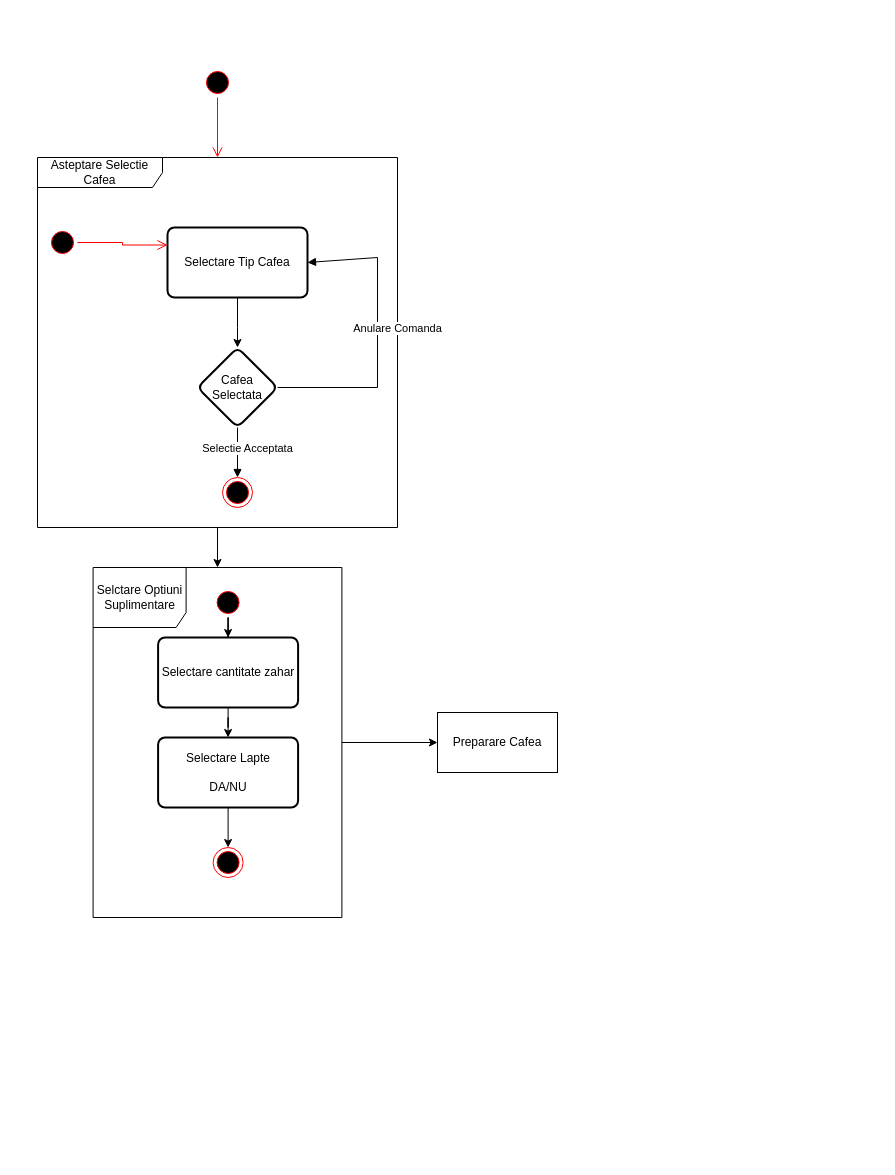
This is Lab 4/Diagrama-Stare-Aparat-De-Cafea.drawio from Viezurelezob/Ingineria-programelor, a draw.io file, before an edit. Source tidied: cells renumbered, new cells numbered last; positions are measured from the earlier drawing's top-left corner, leaving out a move shared by most shapes. Both pictures are drawn from the tidied source at 100%, with x=0, y=0 at pixel (37, 67).
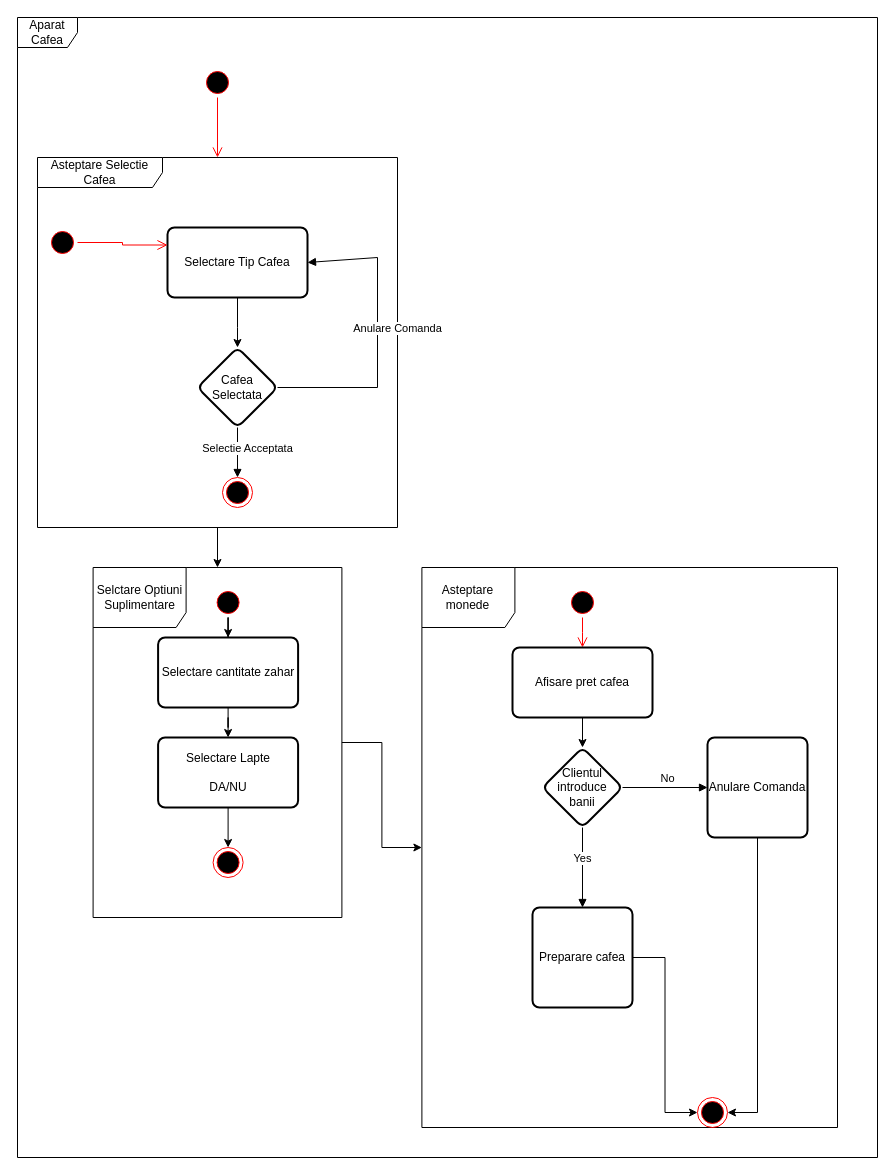
After the change.

Unchanged cells that the change refers to:
```xml
<mxCell id="15" value="Selctare Optiuni Suplimentare" style="shape=umlFrame;whiteSpace=wrap;html=1;width=93;height=60;" parent="1" vertex="1">
  <mxGeometry x="55.6" y="500" width="248.8" height="350" as="geometry" />
</mxCell>
```

Change to the diagram source:
```diff
@@
+    <mxCell id="24" value="Aparat Cafea" style="shape=umlFrame;whiteSpace=wrap;html=1;" parent="1" vertex="1">
+      <mxGeometry x="-20" y="-50" width="860" height="1140" as="geometry" />
+    </mxCell>
@@
-    <mxCell id="14" style="edgeStyle=orthogonalEdgeStyle;rounded=0;jettySize=auto;html=1;" parent="1" edge="1" source="15" target="23">
-      <mxGeometry relative="1" as="geometry" />
-    </mxCell>
+    <mxCell id="25" style="edgeStyle=orthogonalEdgeStyle;rounded=0;jettySize=auto;html=1;" parent="1" edge="1" source="15" target="26">
+      <mxGeometry relative="1" as="geometry" />
+    </mxCell>
@@
-    <mxCell id="23" value="Preparare Cafea" style="whiteSpace=wrap;html=1;" parent="1" vertex="1">
-      <mxGeometry x="400" y="645" width="120" height="60" as="geometry" />
-    </mxCell>
+    <mxCell id="26" value="Asteptare monede" style="shape=umlFrame;whiteSpace=wrap;html=1;width=93;height=60;" parent="1" vertex="1">
+      <mxGeometry x="384.4" y="500" width="415.6" height="560" as="geometry" />
+    </mxCell>
+    <mxCell id="27" style="ellipse;html=1;shape=startState;fillColor=#000000;strokeColor=#ff0000;" parent="1" vertex="1">
+      <mxGeometry x="530" y="520" width="30" height="30" as="geometry" />
+    </mxCell>
+    <mxCell id="28" style="edgeStyle=orthogonalEdgeStyle;html=1;verticalAlign=bottom;endArrow=open;endSize=8;strokeColor=#ff0000;rounded=0;" parent="1" edge="1" source="27">
+      <mxGeometry relative="1" as="geometry">
+        <mxPoint x="545" y="580" as="targetPoint" />
+      </mxGeometry>
+    </mxCell>
+    <mxCell id="29" style="edgeStyle=orthogonalEdgeStyle;rounded=0;jettySize=auto;html=1;" parent="1" edge="1" source="30" target="31">
+      <mxGeometry relative="1" as="geometry" />
+    </mxCell>
+    <mxCell id="30" value="Afisare pret cafea" style="rounded=1;whiteSpace=wrap;html=1;absoluteArcSize=1;arcSize=14;strokeWidth=2;" parent="1" vertex="1">
+      <mxGeometry x="475" y="580" width="140" height="70" as="geometry" />
+    </mxCell>
+    <mxCell id="31" value="Clientul introduce banii" style="rhombus;whiteSpace=wrap;html=1;rounded=1;arcSize=14;strokeWidth=2;" parent="1" vertex="1">
+      <mxGeometry x="505" y="680" width="80" height="80" as="geometry" />
+    </mxCell>
+    <mxCell id="32" value="Yes" style="html=1;verticalAlign=bottom;endArrow=block;rounded=0;exitX=0.5;exitY=1;exitDx=0;exitDy=0;entryX=0.5;entryY=0;entryDx=0;entryDy=0;" parent="1" edge="1" source="31" target="37">
+      <mxGeometry relative="1" as="geometry" />
+    </mxCell>
+    <mxCell id="33" style="edgeStyle=orthogonalEdgeStyle;rounded=0;jettySize=auto;html=1;entryX=1;entryY=0.5;entryDx=0;entryDy=0;" parent="1" edge="1" source="34" target="38">
+      <mxGeometry relative="1" as="geometry" />
+    </mxCell>
+    <mxCell id="34" value="Anulare Comanda" style="rounded=1;whiteSpace=wrap;html=1;absoluteArcSize=1;arcSize=14;strokeWidth=2;" parent="1" vertex="1">
+      <mxGeometry x="670" y="670" width="100" height="100" as="geometry" />
+    </mxCell>
+    <mxCell id="35" value="No" style="html=1;verticalAlign=bottom;endArrow=block;rounded=0;exitX=1;exitY=0.5;exitDx=0;exitDy=0;entryX=0;entryY=0.5;entryDx=0;entryDy=0;" parent="1" edge="1" source="31" target="34">
+      <mxGeometry x="0.06" relative="1" as="geometry" />
+    </mxCell>
+    <mxCell id="36" style="edgeStyle=orthogonalEdgeStyle;rounded=0;jettySize=auto;html=1;entryX=0;entryY=0.5;entryDx=0;entryDy=0;" parent="1" edge="1" source="37" target="38">
+      <mxGeometry relative="1" as="geometry" />
+    </mxCell>
+    <mxCell id="37" value="Preparare cafea" style="rounded=1;whiteSpace=wrap;html=1;absoluteArcSize=1;arcSize=14;strokeWidth=2;" parent="1" vertex="1">
+      <mxGeometry x="495" y="840" width="100" height="100" as="geometry" />
+    </mxCell>
+    <mxCell id="38" style="ellipse;html=1;shape=endState;fillColor=#000000;strokeColor=#ff0000;" parent="1" vertex="1">
+      <mxGeometry x="660" y="1030" width="30" height="30" as="geometry" />
+    </mxCell>
```
